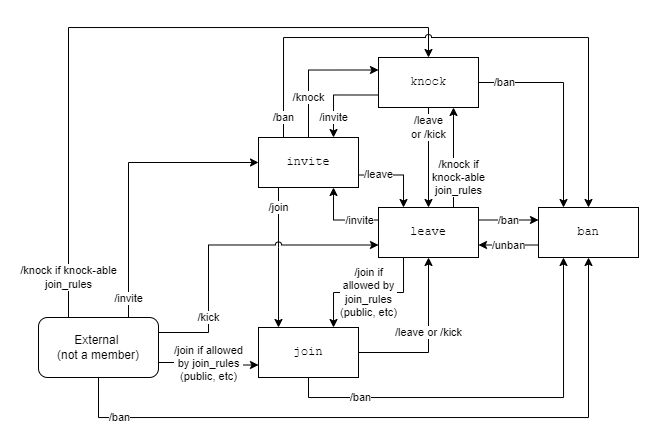
This is static/diagrams/membership.png from matrix-org/matrix-spec-proposals, a draw.io export, as it was before one commit. Source tidied: cells renumbered, new cells last; positions are measured from the earlier drawing's top-left corner, leaving out a move shared by most shapes.
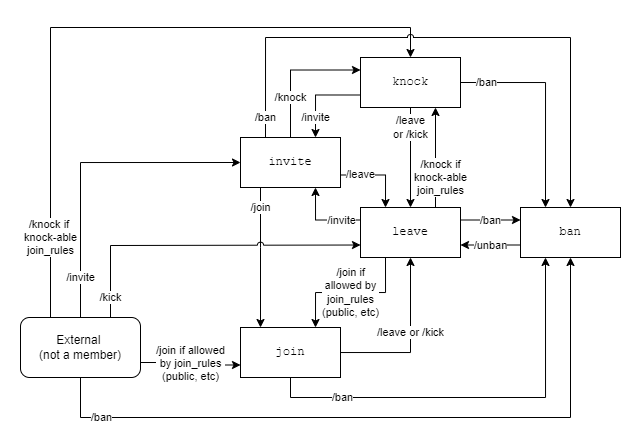
Above is the later version.

Commit message:
Make the graph prettier

The edit, as a diff of the source:
```diff
@@ -40,8 +40,8 @@
     <mxCell id="12" value="leave" style="rounded=0;whiteSpace=wrap;html=1;fontFamily=Courier New;" parent="1" vertex="1">
       <mxGeometry x="340" y="180" width="100" height="50" as="geometry" />
     </mxCell>
-    <mxCell id="13" value="/invite" style="edgeStyle=orthogonalEdgeStyle;rounded=0;jettySize=auto;html=1;exitX=0.75;exitY=0;exitDx=0;exitDy=0;entryX=0;entryY=0.5;entryDx=0;entryDy=0;" parent="1" edge="1" source="23" target="21">
-      <mxGeometry x="-0.87" relative="1" as="geometry" />
+    <mxCell id="13" value="/invite" style="edgeStyle=orthogonalEdgeStyle;rounded=0;jettySize=auto;html=1;exitX=0.5;exitY=0;exitDx=0;exitDy=0;entryX=0;entryY=0.5;entryDx=0;entryDy=0;" parent="1" edge="1" source="23" target="21">
+      <mxGeometry x="-0.75" relative="1" as="geometry" />
     </mxCell>
     <mxCell id="14" value="/join if allowed&lt;br&gt;by join_rules&lt;br&gt;(public, etc)" style="edgeStyle=orthogonalEdgeStyle;rounded=0;jettySize=auto;html=1;exitX=1;exitY=0.75;exitDx=0;exitDy=0;entryX=0;entryY=0.75;entryDx=0;entryDy=0;" parent="1" edge="1" source="23" target="6">
       <mxGeometry relative="1" as="geometry">
@@ -81,10 +81,10 @@
     <mxCell id="21" value="invite" style="rounded=0;whiteSpace=wrap;html=1;fontFamily=Courier New;" parent="1" vertex="1">
       <mxGeometry x="220" y="110" width="100" height="50" as="geometry" />
     </mxCell>
-    <mxCell id="22" value="/kick" style="edgeStyle=orthogonalEdgeStyle;rounded=0;jumpStyle=arc;jettySize=auto;html=1;exitX=1;exitY=0.25;exitDx=0;exitDy=0;entryX=0;entryY=0.75;entryDx=0;entryDy=0;" parent="1" edge="1" source="23" target="12">
-      <mxGeometry x="-0.58" relative="1" as="geometry">
+    <mxCell id="22" value="/kick" style="edgeStyle=orthogonalEdgeStyle;rounded=0;jumpStyle=arc;jettySize=auto;html=1;exitX=0.75;exitY=0;exitDx=0;exitDy=0;entryX=0;entryY=0.75;entryDx=0;entryDy=0;" parent="1" edge="1" source="23" target="12">
+      <mxGeometry x="-0.88" relative="1" as="geometry">
         <Array as="points">
-          <mxPoint x="170" y="305" />
+          <mxPoint x="90" y="218" />
           <mxPoint x="170" y="218" />
         </Array>
       </mxGeometry>
@@ -92,8 +92,8 @@
     <mxCell id="23" value="External &lt;br&gt;(not a member)" style="rounded=1;whiteSpace=wrap;html=1;fontFamily=Helvetica;" parent="1" vertex="1">
       <mxGeometry y="290" width="120" height="60" as="geometry" />
     </mxCell>
-    <mxCell id="24" value="/knock if knock-able&lt;br&gt;join_rules" style="edgeStyle=orthogonalEdgeStyle;rounded=0;jettySize=auto;html=1;exitX=0.25;exitY=0;exitDx=0;exitDy=0;entryX=0.5;entryY=0;entryDx=0;entryDy=0;fontFamily=Helvetica;jumpStyle=none;jumpSize=7;" parent="1" edge="1" source="23" target="18">
-      <mxGeometry x="-0.88" relative="1" as="geometry">
+    <mxCell id="24" value="/knock if &lt;br&gt;knock-able&lt;br&gt;join_rules" style="edgeStyle=orthogonalEdgeStyle;rounded=0;jettySize=auto;html=1;exitX=0.25;exitY=0;exitDx=0;exitDy=0;entryX=0.5;entryY=0;entryDx=0;entryDy=0;fontFamily=Helvetica;jumpStyle=none;jumpSize=7;" parent="1" edge="1" source="23" target="18">
+      <mxGeometry x="-0.76" relative="1" as="geometry">
         <Array as="points">
           <mxPoint x="30" />
           <mxPoint x="390" />
```
